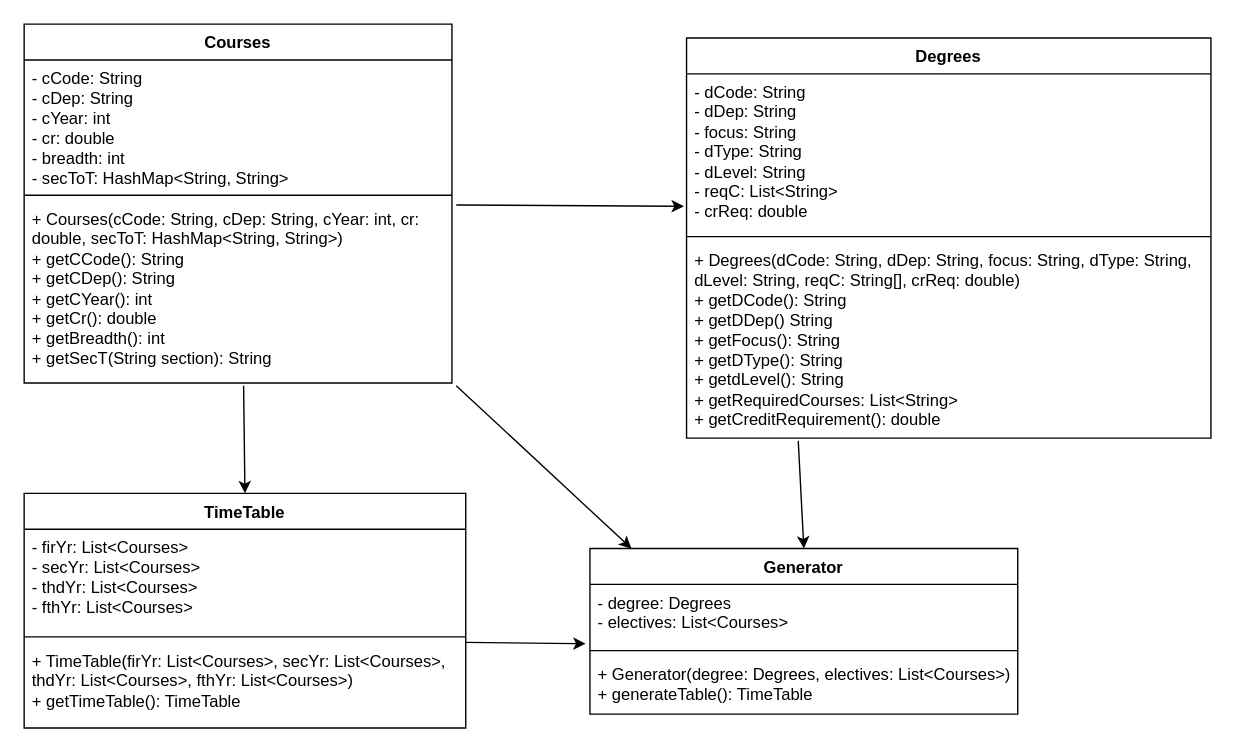
This is UML Diagram.drawio from LuWang95/team-project, a draw.io file, before an edit. Source tidied: cells renumbered, new cells numbered last; positions are measured from the earlier drawing's top-left corner, leaving out a move shared by most shapes. Both pictures are drawn from the tidied source at 138%, with x=0, y=0 at pixel (23, 23).
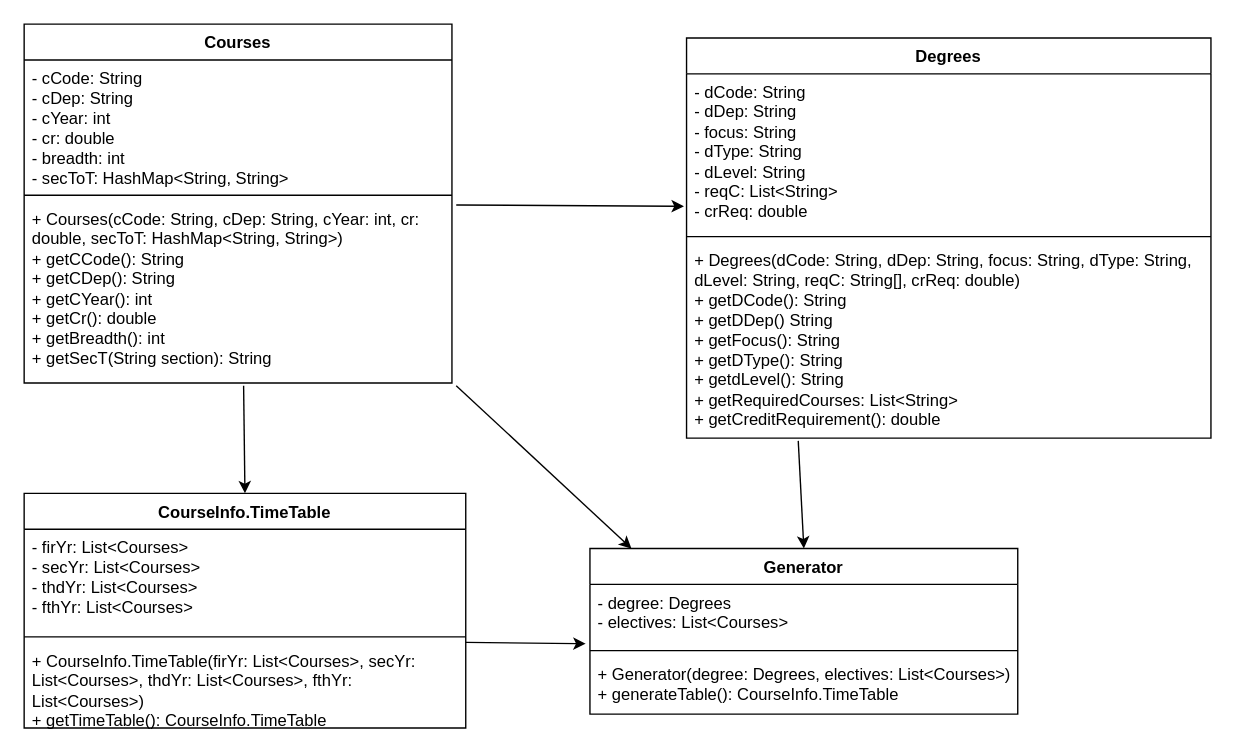
The same page after the edit.

The change refers to these unchanged cells:
```xml
<mxCell id="10" value="Generator" style="swimlane;fontStyle=1;align=center;verticalAlign=top;horizontal=1;startSize=26;whiteSpace=wrap;html=1;" parent="1" vertex="1">
  <mxGeometry x="410" y="380" width="310" height="120" as="geometry" />
</mxCell>
```

The edit, as a diff of the source:
```diff
@@
-    <mxCell id="13" value="+ Generator(degree: Degrees, electives: List&amp;lt;Courses&amp;gt;)&lt;div&gt;+ generateTable(): TimeTable&lt;/div&gt;" style="text;strokeColor=none;fillColor=none;align=left;verticalAlign=top;spacingLeft=4;spacingRight=4;overflow=hidden;whiteSpace=wrap;html=1;" parent="10" vertex="1">
+    <mxCell id="13" value="+ Generator(degree: Degrees, electives: List&amp;lt;Courses&amp;gt;)&lt;div&gt;+ generateTable(): CourseInfo.TimeTable&lt;/div&gt;" style="text;strokeColor=none;fillColor=none;align=left;verticalAlign=top;spacingLeft=4;spacingRight=4;overflow=hidden;whiteSpace=wrap;html=1;" parent="10" vertex="1">
       <mxGeometry y="78" width="310" height="42" as="geometry" />
     </mxCell>
-    <mxCell id="14" value="TimeTable" style="swimlane;fontStyle=1;align=center;verticalAlign=top;horizontal=1;startSize=26;whiteSpace=wrap;html=1;" parent="1" vertex="1">
+    <mxCell id="14" value="CourseInfo.TimeTable" style="swimlane;fontStyle=1;align=center;verticalAlign=top;horizontal=1;startSize=26;whiteSpace=wrap;html=1;" parent="1" vertex="1">
       <mxGeometry y="340" width="320" height="170" as="geometry" />
     </mxCell>
@@
-    <mxCell id="17" value="+ TimeTable(firYr: List&amp;lt;Courses&amp;gt;, secYr: List&amp;lt;Courses&amp;gt;, thdYr: List&amp;lt;Courses&amp;gt;, fthYr: List&amp;lt;Courses&amp;gt;)&lt;div&gt;+ getTimeTable(): TimeTable&amp;nbsp;&lt;/div&gt;" style="text;strokeColor=none;fillColor=none;align=left;verticalAlign=top;spacingLeft=4;spacingRight=4;overflow=hidden;points=[[0,0.5],[1,0.5]];portConstraint=eastwest;whiteSpace=wrap;html=1;" parent="14" vertex="1">
+    <mxCell id="17" value="+ CourseInfo.TimeTable(firYr: List&amp;lt;Courses&amp;gt;, secYr: List&amp;lt;Courses&amp;gt;, thdYr: List&amp;lt;Courses&amp;gt;, fthYr: List&amp;lt;Courses&amp;gt;)&lt;div&gt;+ getTimeTable(): CourseInfo.TimeTable&amp;nbsp;&lt;/div&gt;" style="text;strokeColor=none;fillColor=none;align=left;verticalAlign=top;spacingLeft=4;spacingRight=4;overflow=hidden;points=[[0,0.5],[1,0.5]];portConstraint=eastwest;whiteSpace=wrap;html=1;" parent="14" vertex="1">
       <mxGeometry y="108" width="320" height="62" as="geometry" />
     </mxCell>
```
